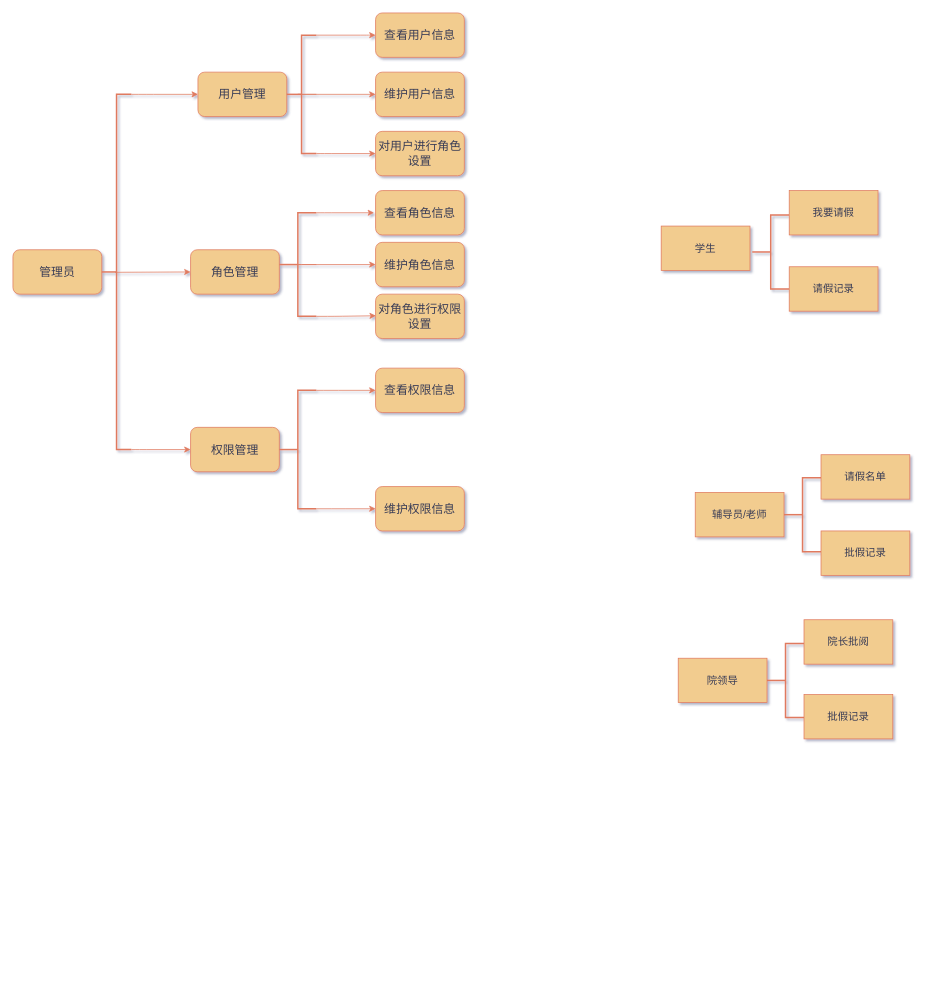
This is 未命名绘图.drawio from wz-sk/test, a draw.io file, before an edit. Source tidied: cells renumbered, new cells numbered last; positions are measured from the earlier drawing's top-left corner, leaving out a move shared by most shapes. Both pictures are drawn from the tidied source at 74%, with x=0, y=0 at pixel (13, 13).
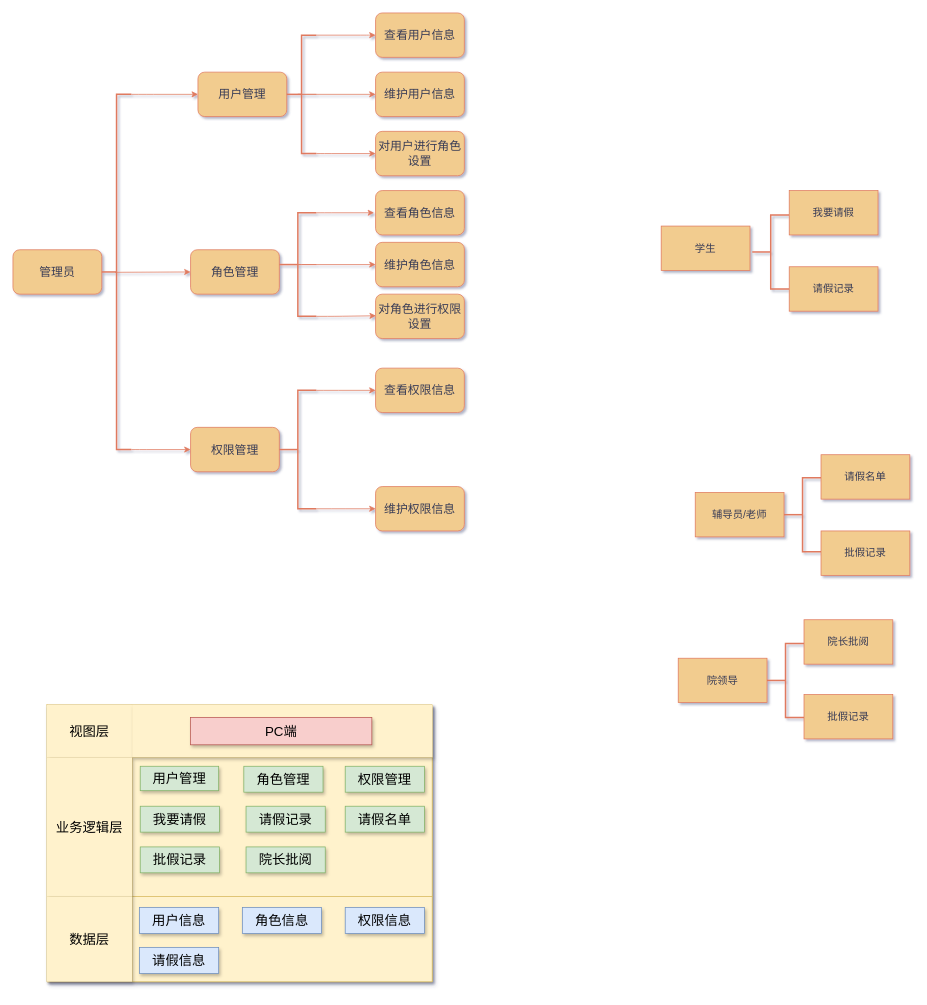
The same page after the edit.

Commit message:
更新未命名绘图.drawio

What changed in the source:
```diff
@@
+    <mxCell id="41" style="shape=table;startSize=0;childLayout=tableLayout;shadow=1;strokeColor=#d6b656;fontSize=20;fillColor=#fff2cc;" parent="1" vertex="1">
+      <mxGeometry x="46" y="935" width="520.7" height="374.3" as="geometry" />
+    </mxCell>
+    <mxCell id="42" style="shape=tableRow;horizontal=0;startSize=0;swimlaneHead=0;swimlaneBody=0;top=0;left=0;bottom=0;right=0;fillColor=none;shadow=1;strokeColor=#000000;fontSize=20;" parent="41" vertex="1">
+      <mxGeometry width="520.7" height="71" as="geometry" />
+    </mxCell>
+    <mxCell id="43" value="&lt;span style=&quot;font-size: 18px;&quot;&gt;视图层&lt;/span&gt;" style="shape=partialRectangle;html=1;whiteSpace=wrap;overflow=hidden;fillColor=#fff2cc;top=0;left=0;bottom=0;right=0;shadow=1;strokeColor=#d6b656;fontSize=20;" parent="42" vertex="1">
+      <mxGeometry width="115" height="71" as="geometry" />
+    </mxCell>
+    <mxCell id="44" style="shape=partialRectangle;html=1;whiteSpace=wrap;overflow=hidden;fillColor=#fff2cc;top=0;left=0;bottom=0;right=0;shadow=1;strokeColor=#d6b656;fontSize=20;" parent="42" vertex="1">
+      <mxGeometry x="115" width="406" height="71" as="geometry" />
+    </mxCell>
+    <mxCell id="45" style="shape=tableRow;horizontal=0;startSize=0;swimlaneHead=0;swimlaneBody=0;top=0;left=0;bottom=0;right=0;fillColor=none;shadow=1;strokeColor=#000000;fontSize=20;" parent="41" vertex="1">
+      <mxGeometry y="71" width="520.7" height="188" as="geometry" />
+    </mxCell>
+    <mxCell id="46" value="&lt;font style=&quot;font-size: 18px;&quot;&gt;业务逻辑层&lt;/font&gt;" style="shape=partialRectangle;html=1;whiteSpace=wrap;overflow=hidden;fillColor=#fff2cc;top=0;left=0;bottom=0;right=0;shadow=1;strokeColor=#d6b656;fontSize=20;" parent="45" vertex="1">
+      <mxGeometry width="115" height="188" as="geometry" />
+    </mxCell>
+    <mxCell id="47" style="shape=partialRectangle;html=1;whiteSpace=wrap;overflow=hidden;fillColor=none;top=0;left=0;bottom=0;right=0;shadow=1;strokeColor=#000000;fontSize=20;" parent="45" vertex="1">
+      <mxGeometry x="115" width="406" height="188" as="geometry" />
+    </mxCell>
+    <mxCell id="48" style="shape=tableRow;horizontal=0;startSize=0;swimlaneHead=0;swimlaneBody=0;top=0;left=0;bottom=0;right=0;fillColor=none;shadow=1;strokeColor=#000000;fontSize=20;" parent="41" vertex="1">
+      <mxGeometry y="259" width="520.7" height="115" as="geometry" />
+    </mxCell>
+    <mxCell id="49" value="&lt;font style=&quot;font-size: 18px;&quot;&gt;数据&lt;font style=&quot;font-size: 18px;&quot;&gt;层&lt;/font&gt;&lt;/font&gt;" style="shape=partialRectangle;html=1;whiteSpace=wrap;overflow=hidden;fillColor=#fff2cc;top=0;left=0;bottom=0;right=0;shadow=1;strokeColor=#d6b656;fontSize=20;" parent="48" vertex="1">
+      <mxGeometry width="115" height="115" as="geometry" />
+    </mxCell>
+    <mxCell id="50" style="shape=partialRectangle;html=1;whiteSpace=wrap;overflow=hidden;fillColor=none;top=0;left=0;bottom=0;right=0;shadow=1;strokeColor=#000000;fontSize=20;" parent="48" vertex="1">
+      <mxGeometry x="115" width="406" height="115" as="geometry" />
+    </mxCell>
+    <mxCell id="51" value="PC端" style="rounded=0;whiteSpace=wrap;html=1;shadow=1;strokeColor=#b85450;fontSize=18;fillColor=#f8cecc;" parent="1" vertex="1">
+      <mxGeometry x="240" y="952" width="245" height="37" as="geometry" />
+    </mxCell>
+    <mxCell id="52" value="用户管理" style="rounded=0;whiteSpace=wrap;html=1;shadow=1;strokeColor=#82b366;fontSize=18;fillColor=#d5e8d4;" parent="1" vertex="1">
+      <mxGeometry x="172" y="1018" width="106" height="33" as="geometry" />
+    </mxCell>
+    <mxCell id="53" value="角色管理" style="rounded=0;whiteSpace=wrap;html=1;shadow=1;strokeColor=#82b366;fontSize=18;fillColor=#d5e8d4;" parent="1" vertex="1">
+      <mxGeometry x="312" y="1018" width="107" height="35" as="geometry" />
+    </mxCell>
+    <mxCell id="54" value="权限管理" style="rounded=0;whiteSpace=wrap;html=1;shadow=1;strokeColor=#82b366;fontSize=18;fillColor=#d5e8d4;" parent="1" vertex="1">
+      <mxGeometry x="449" y="1018" width="107" height="35" as="geometry" />
+    </mxCell>
+    <mxCell id="55" value="我要请假" style="rounded=0;whiteSpace=wrap;html=1;shadow=1;strokeColor=#82b366;fontSize=18;fillColor=#d5e8d4;" parent="1" vertex="1">
+      <mxGeometry x="172" y="1072" width="107" height="35" as="geometry" />
+    </mxCell>
+    <mxCell id="56" value="请假名单" style="rounded=0;whiteSpace=wrap;html=1;shadow=1;strokeColor=#82b366;fontSize=18;fillColor=#d5e8d4;" parent="1" vertex="1">
+      <mxGeometry x="449" y="1072" width="107" height="35" as="geometry" />
+    </mxCell>
+    <mxCell id="57" value="批假记录" style="rounded=0;whiteSpace=wrap;html=1;shadow=1;strokeColor=#82b366;fontSize=18;fillColor=#d5e8d4;" parent="1" vertex="1">
+      <mxGeometry x="172" y="1127" width="107" height="35" as="geometry" />
+    </mxCell>
+    <mxCell id="58" value="请假记录" style="rounded=0;whiteSpace=wrap;html=1;shadow=1;strokeColor=#82b366;fontSize=18;fillColor=#d5e8d4;" parent="1" vertex="1">
+      <mxGeometry x="315" y="1072" width="107" height="35" as="geometry" />
+    </mxCell>
+    <mxCell id="59" value="院长批阅" style="rounded=0;whiteSpace=wrap;html=1;shadow=1;strokeColor=#82b366;fontSize=18;fillColor=#d5e8d4;" parent="1" vertex="1">
+      <mxGeometry x="315" y="1127" width="107" height="35" as="geometry" />
+    </mxCell>
+    <mxCell id="60" value="用户信息" style="rounded=0;whiteSpace=wrap;html=1;shadow=1;strokeColor=#6c8ebf;fontSize=18;fillColor=#dae8fc;" parent="1" vertex="1">
+      <mxGeometry x="171" y="1209" width="107" height="35" as="geometry" />
+    </mxCell>
+    <mxCell id="61" value="角色信息" style="rounded=0;whiteSpace=wrap;html=1;shadow=1;strokeColor=#6c8ebf;fontSize=18;fillColor=#dae8fc;" parent="1" vertex="1">
+      <mxGeometry x="310" y="1209" width="107" height="35" as="geometry" />
+    </mxCell>
+    <mxCell id="62" value="权限信息" style="rounded=0;whiteSpace=wrap;html=1;shadow=1;strokeColor=#6c8ebf;fontSize=18;fillColor=#dae8fc;" parent="1" vertex="1">
+      <mxGeometry x="449" y="1209" width="107" height="35" as="geometry" />
+    </mxCell>
+    <mxCell id="63" value="请假信息" style="rounded=0;whiteSpace=wrap;html=1;shadow=1;strokeColor=#6c8ebf;fontSize=18;fillColor=#dae8fc;" parent="1" vertex="1">
+      <mxGeometry x="171" y="1263" width="107" height="35" as="geometry" />
+    </mxCell>
```
